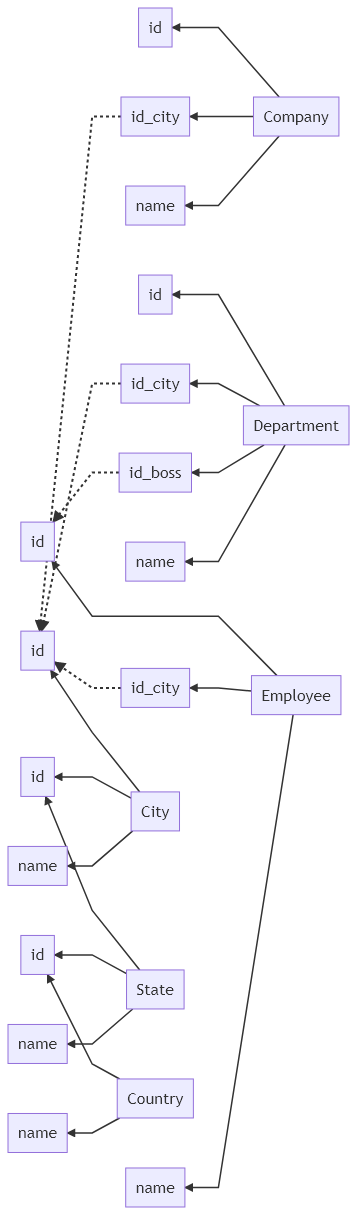
Earlier version of the Mermaid export docs/examples/all.png (allnulled/skemator). Its source is kept beside it as docs/examples/all.mmd.
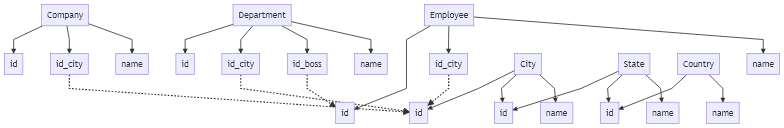
After the commit.

Change to the diagram source:
```diff
@@ -1,12 +1,12 @@
-graph RL;
+graph TD;
 
 Company["Company"];
 Company_id["id"];
 Company --> Company_id;
 Company_id_city["id_city"];
 Company --> Company_id_city;
-_z8p6vq17g["name"];
-Company --> _z8p6vq17g;
+_gcss73w8q["name"];
+Company --> _gcss73w8q;
 Department["Department"];
 Department_id["id"];
 Department --> Department_id;
@@ -14,34 +14,34 @@
 Department --> Department_id_city;
 Department_id_boss["id_boss"];
 Department --> Department_id_boss;
-_wii9vme4h["name"];
-Department --> _wii9vme4h;
+_xj1fpvhdl["name"];
+Department --> _xj1fpvhdl;
 Employee["Employee"];
 Employee_id["id"];
 Employee --> Employee_id;
 Employee_id_city["id_city"];
 Employee --> Employee_id_city;
-_r6zra5o63["name"];
-Employee --> _r6zra5o63;
+_lmzlfuyo5["name"];
+Employee --> _lmzlfuyo5;
 City["City"];
 City_id["id"];
 City --> City_id;
 State_id["id_state"];
 City --> State_id;
-_26hcdhsy6["name"];
-City --> _26hcdhsy6;
+_s9aqqh8t9["name"];
+City --> _s9aqqh8t9;
 State["State"];
 State_id["id"];
 State --> State_id;
 Country_id["id_country"];
 State --> Country_id;
-_gzv6q2stb["name"];
-State --> _gzv6q2stb;
+_r667vrwy5["name"];
+State --> _r667vrwy5;
 Country["Country"];
 Country_id["id"];
 Country --> Country_id;
-_ws52jkggz["name"];
-Country --> _ws52jkggz;
+_sa3pbns9c["name"];
+Country --> _sa3pbns9c;
 Department_id_boss .->Employee_id;
 Company_id_city .->City_id;
 Department_id_city .->City_id;
```
